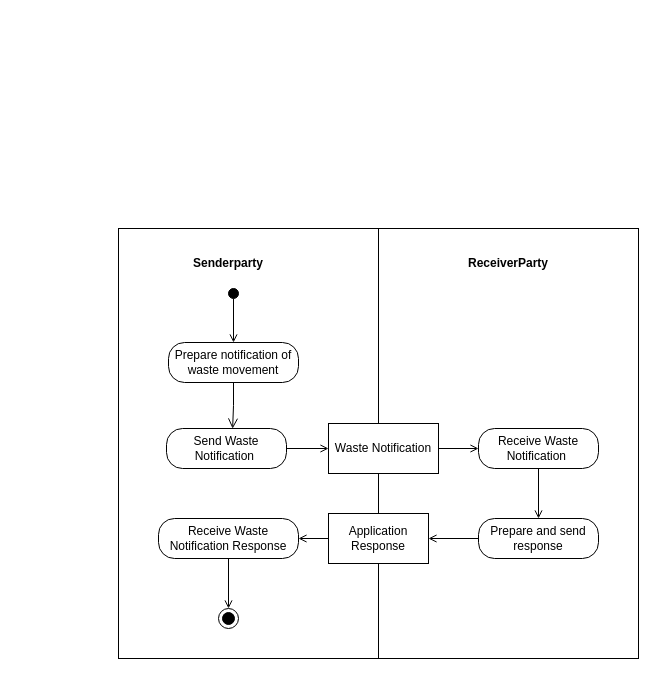
Above: images/UBL-2.5-WasteNotificationProcess.drawio in oasis-tcs/ubl (draw.io), before the change. Source tidied: cells renumbered, new cells numbered last; positions are measured from the earlier drawing's top-left corner, leaving out a move shared by most shapes. Both pictures are drawn from the tidied source at 100%, with x=0, y=0 at pixel (118, 228).
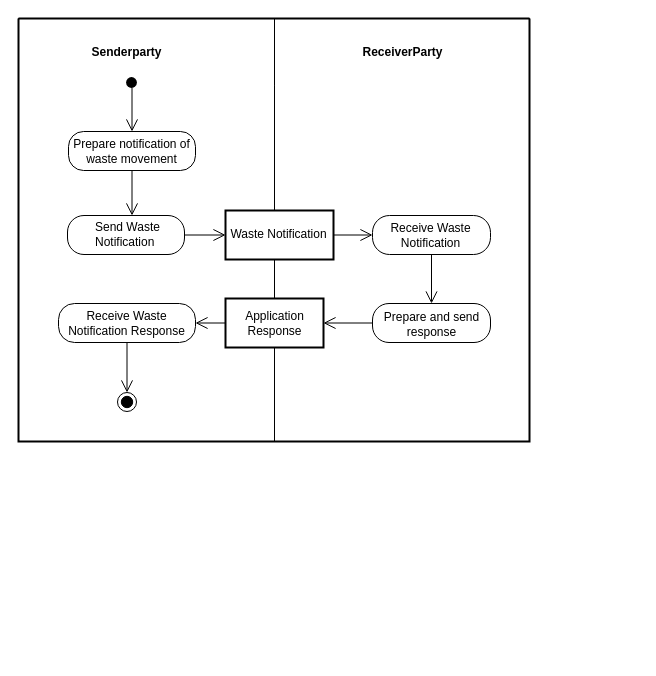
The same page after the edit.

What changed in the source:
```diff
@@
-    <mxCell id="2" style="rounded=0;whiteSpace=wrap;html=1;" parent="1" vertex="1">
-      <mxGeometry x="260" width="260" height="430" as="geometry" />
-    </mxCell>
-    <mxCell id="3" style="rounded=0;whiteSpace=wrap;html=1;" parent="1" vertex="1">
-      <mxGeometry width="260" height="430" as="geometry" />
-    </mxCell>
+    <mxCell id="23" style="swimlane;html=1;startSize=0;whiteSpace=wrap;fillColor=none;strokeWidth=2;" parent="1" vertex="1">
+      <mxGeometry x="-100" y="-210" width="511" height="423" as="geometry" />
+    </mxCell>
-    <mxCell id="4" value="Senderparty" style="text;html=1;whiteSpace=wrap;strokeColor=none;fillColor=none;align=center;verticalAlign=middle;rounded=0;fontStyle=1;" parent="1" vertex="1">
-      <mxGeometry x="80" y="20" width="60" height="30" as="geometry" />
+    <mxCell id="4" value="Senderparty" style="swimlane;horizontal=1;startSize=67;swimlaneLine=0;html=1;fillColor=none;fontStyle=1;spacing=0;spacingRight=40;" parent="23" vertex="1">
+      <mxGeometry width="256" height="423" as="geometry" />
     </mxCell>
+    <mxCell id="24" style="ellipse;shape=startState;fillColor=#000000;strokeColor=none;html=1;" parent="4" vertex="1">
+      <mxGeometry x="104" y="55" width="18" height="18" as="geometry" />
+    </mxCell>
+    <mxCell id="8" value="Prepare notification of&lt;br&gt;waste movement" style="rounded=1;absoluteArcSize=1;arcSize=30;html=1;whiteSpace=nowrap;fontStyle=0;align=center;verticalAlign=middle;spacing=0;spacingRight=1;" parent="4" vertex="1">
+      <mxGeometry x="50" y="113" width="127" height="39" as="geometry" />
+    </mxCell>
+    <mxCell id="11" value="Send Waste&lt;br&gt;Notification" style="rounded=1;absoluteArcSize=1;arcSize=33;html=1;whiteSpace=nowrap;fontStyle=0;align=left;verticalAlign=middle;spacing=0;spacingLeft=28;spacingBottom=1;" parent="4" vertex="1">
+      <mxGeometry x="49" y="197" width="117" height="39" as="geometry" />
+    </mxCell>
+    <mxCell id="22" value="Receive Waste&lt;br&gt;Notification Response" style="rounded=1;absoluteArcSize=1;arcSize=32;html=1;whiteSpace=nowrap;fontStyle=0;align=center;verticalAlign=middle;spacing=0;spacingRight=1;" parent="4" vertex="1">
+      <mxGeometry x="40" y="285" width="137" height="39" as="geometry" />
+    </mxCell>
+    <mxCell id="25" style="ellipse;shape=endState;fillColor=#000000;html=1;" parent="4" vertex="1">
+      <mxGeometry x="99" y="374" width="19" height="19" as="geometry" />
+    </mxCell>
+    <mxCell id="26" style="edgeStyle=none;rounded=0;html=1;endArrow=open;endFill=0;endSize=10;exitPerimeter=0;entryX=0.5;entryY=0;entryPerimeter=0;exitX=0.527778;exitY=0.7938;" parent="4" edge="1" source="24" target="8">
+      <mxGeometry relative="1" as="geometry" />
+    </mxCell>
+    <mxCell id="9" style="edgeStyle=none;rounded=0;html=1;endArrow=open;endFill=0;endSize=10;exitX=0.5;exitY=1;exitPerimeter=0;entryPerimeter=0;entryX=0.551282;entryY=0;" parent="4" edge="1" source="8" target="11">
+      <mxGeometry relative="1" as="geometry" />
+    </mxCell>
+    <mxCell id="27" style="edgeStyle=none;rounded=0;html=1;endArrow=open;endFill=0;endSize=10;exitX=0.5;exitY=1;exitPerimeter=0;entryX=0.5;entryY=0;entryPerimeter=0;" parent="4" edge="1" source="22" target="25">
+      <mxGeometry relative="1" as="geometry" />
+    </mxCell>
-    <mxCell id="5" value="ReceiverParty" style="text;html=1;whiteSpace=wrap;strokeColor=none;fillColor=none;align=center;verticalAlign=middle;rounded=0;fontStyle=1;" parent="1" vertex="1">
-      <mxGeometry x="360" y="20" width="60" height="30" as="geometry" />
+    <mxCell id="5" value="ReceiverParty" style="swimlane;horizontal=1;startSize=67;swimlaneLine=0;html=1;fillColor=none;fontStyle=1;spacing=0;" parent="23" vertex="1">
+      <mxGeometry x="256" width="255" height="423" as="geometry" />
     </mxCell>
-    <mxCell id="6" style="edgeStyle=orthogonalEdgeStyle;rounded=0;jettySize=auto;html=1;entryX=0.5;entryY=0;entryDx=0;entryDy=0;endArrow=open;endFill=0;" parent="1" edge="1" source="7" target="8">
-      <mxGeometry relative="1" as="geometry" />
-    </mxCell>
-    <mxCell id="7" style="ellipse;whiteSpace=wrap;html=1;fillStyle=solid;fillColor=#000000;" parent="1" vertex="1">
-      <mxGeometry x="110" y="60" width="10" height="10" as="geometry" />
-    </mxCell>
-    <mxCell id="8" value="Prepare notification of waste movement" style="rounded=1;whiteSpace=wrap;html=1;arcSize=40;fontColor=#000000;fillColor=#FFFFFF;strokeColor=#000000;" parent="1" vertex="1">
-      <mxGeometry x="50" y="114" width="130" height="40" as="geometry" />
-    </mxCell>
-    <mxCell id="9" style="edgeStyle=orthogonalEdgeStyle;html=1;verticalAlign=bottom;endArrow=open;endSize=8;strokeColor=#000000;rounded=0;entryX=0.551;entryY=0.003;entryDx=0;entryDy=0;entryPerimeter=0;" parent="1" edge="1" source="8" target="11">
-      <mxGeometry relative="1" as="geometry" />
-    </mxCell>
+    <mxCell id="13" value="Waste Notification" style="rounded=0;html=1;whiteSpace=nowrap;fontStyle=0;align=center;verticalAlign=middle;spacing=0;spacingRight=2;spacingBottom=2;strokeWidth=2;" parent="5" vertex="1">
+      <mxGeometry x="-49" y="192" width="108" height="49" as="geometry" />
+    </mxCell>
+    <mxCell id="15" value="Receive Waste&lt;br&gt;Notification" style="rounded=1;absoluteArcSize=1;arcSize=34;html=1;whiteSpace=nowrap;fontStyle=0;align=center;verticalAlign=middle;spacing=0;spacingRight=2;" parent="5" vertex="1">
+      <mxGeometry x="98" y="197" width="118" height="39" as="geometry" />
+    </mxCell>
+    <mxCell id="20" value="Application&lt;br&gt;Response" style="rounded=0;html=1;whiteSpace=nowrap;fontStyle=0;align=center;verticalAlign=middle;spacing=0;spacingRight=1;strokeWidth=2;" parent="5" vertex="1">
+      <mxGeometry x="-49" y="280" width="98" height="49" as="geometry" />
+    </mxCell>
+    <mxCell id="18" value="Prepare and send&lt;br&gt;response" style="rounded=1;absoluteArcSize=1;arcSize=33;html=1;whiteSpace=nowrap;fontStyle=0;align=center;verticalAlign=middle;spacing=0;spacingTop=2;" parent="5" vertex="1">
+      <mxGeometry x="98" y="285" width="118" height="39" as="geometry" />
+    </mxCell>
+    <mxCell id="12" style="edgeStyle=none;rounded=0;html=1;endArrow=open;endFill=0;endSize=10;exitX=1;exitY=0.5;exitPerimeter=0;entryX=0;entryY=0.5;entryPerimeter=0;" parent="5" edge="1" source="13" target="15">
+      <mxGeometry relative="1" as="geometry" />
+    </mxCell>
+    <mxCell id="14" style="edgeStyle=none;rounded=0;html=1;endArrow=open;endFill=0;endSize=10;exitX=0.5;exitY=1;exitPerimeter=0;entryX=0.5;entryY=0;entryPerimeter=0;" parent="5" edge="1" source="15" target="18">
+      <mxGeometry relative="1" as="geometry" />
+    </mxCell>
+    <mxCell id="17" style="edgeStyle=none;rounded=0;html=1;endArrow=open;endFill=0;endSize=10;exitX=0;exitY=0.5;exitPerimeter=0;entryX=1;entryY=0.5;entryPerimeter=0;" parent="5" edge="1" source="18" target="20">
+      <mxGeometry relative="1" as="geometry" />
+    </mxCell>
-    <mxCell id="10" style="edgeStyle=orthogonalEdgeStyle;rounded=0;jettySize=auto;html=1;endArrow=open;endFill=0;" parent="1" edge="1" source="11" target="13">
+    <mxCell id="10" style="edgeStyle=none;rounded=0;html=1;endArrow=open;endFill=0;endSize=10;exitX=1;exitY=0.5;exitPerimeter=0;entryX=0;entryY=0.5;entryPerimeter=0;" parent="23" edge="1" source="11" target="13">
       <mxGeometry relative="1" as="geometry" />
     </mxCell>
-    <mxCell id="11" value="Send Waste Notification&amp;nbsp;" style="rounded=1;whiteSpace=wrap;html=1;arcSize=40;fontColor=#000000;fillColor=#FFFFFF;strokeColor=#000000;" parent="1" vertex="1">
-      <mxGeometry x="48" y="200" width="120" height="40" as="geometry" />
-    </mxCell>
-    <mxCell id="12" style="edgeStyle=orthogonalEdgeStyle;rounded=0;jettySize=auto;html=1;entryX=0;entryY=0.5;entryDx=0;entryDy=0;endArrow=open;endFill=0;" parent="1" edge="1" source="13" target="15">
-      <mxGeometry relative="1" as="geometry" />
-    </mxCell>
-    <mxCell id="13" value="Waste Notification" style="html=1;whiteSpace=wrap;" parent="1" vertex="1">
-      <mxGeometry x="210" y="195" width="110" height="50" as="geometry" />
-    </mxCell>
-    <mxCell id="14" style="edgeStyle=orthogonalEdgeStyle;rounded=0;jettySize=auto;html=1;entryX=0.5;entryY=0;entryDx=0;entryDy=0;endArrow=open;endFill=0;" parent="1" edge="1" source="15" target="18">
-      <mxGeometry relative="1" as="geometry" />
-    </mxCell>
-    <mxCell id="15" value="Receive Waste Notification&amp;nbsp;" style="rounded=1;whiteSpace=wrap;html=1;arcSize=40;fontColor=#000000;fillColor=#FFFFFF;strokeColor=#000000;" parent="1" vertex="1">
-      <mxGeometry x="360" y="200" width="120" height="40" as="geometry" />
-    </mxCell>
-    <mxCell id="16" style="ellipse;html=1;shape=endState;fillColor=#000000;strokeColor=#000000;" parent="1" vertex="1">
-      <mxGeometry x="100" y="380" width="20" height="20" as="geometry" />
-    </mxCell>
-    <mxCell id="17" style="edgeStyle=orthogonalEdgeStyle;rounded=0;jettySize=auto;html=1;entryX=1;entryY=0.5;entryDx=0;entryDy=0;endArrow=open;endFill=0;" parent="1" edge="1" source="18" target="20">
-      <mxGeometry relative="1" as="geometry" />
-    </mxCell>
-    <mxCell id="18" value="Prepare and send response" style="rounded=1;whiteSpace=wrap;html=1;arcSize=40;fontColor=#000000;fillColor=#FFFFFF;strokeColor=#000000;" parent="1" vertex="1">
-      <mxGeometry x="360" y="290" width="120" height="40" as="geometry" />
-    </mxCell>
-    <mxCell id="19" style="edgeStyle=orthogonalEdgeStyle;rounded=0;jettySize=auto;html=1;entryX=1;entryY=0.5;entryDx=0;entryDy=0;endArrow=open;endFill=0;" parent="1" edge="1" source="20" target="22">
+    <mxCell id="19" style="edgeStyle=none;rounded=0;html=1;endArrow=open;endFill=0;endSize=10;exitX=0;exitY=0.5;exitPerimeter=0;entryX=1;entryY=0.5;entryPerimeter=0;" parent="23" edge="1" source="20" target="22">
       <mxGeometry relative="1" as="geometry" />
     </mxCell>
-    <mxCell id="20" value="Application Response" style="html=1;whiteSpace=wrap;" parent="1" vertex="1">
-      <mxGeometry x="210" y="285" width="100" height="50" as="geometry" />
-    </mxCell>
-    <mxCell id="21" style="edgeStyle=orthogonalEdgeStyle;rounded=0;jettySize=auto;html=1;entryX=0.5;entryY=0;entryDx=0;entryDy=0;endArrow=open;endFill=0;" parent="1" edge="1" source="22" target="16">
-      <mxGeometry relative="1" as="geometry" />
-    </mxCell>
-    <mxCell id="22" value="Receive Waste Notification Response" style="rounded=1;whiteSpace=wrap;html=1;arcSize=40;fontColor=#000000;fillColor=#FFFFFF;strokeColor=#000000;" parent="1" vertex="1">
-      <mxGeometry x="40" y="290" width="140" height="40" as="geometry" />
-    </mxCell>
```
